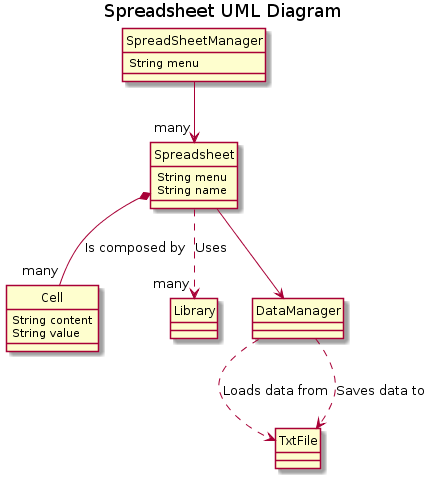
RogerAylagas/MATT-ARQSOFT keeps this PlantUML diagram as assets/docs/project/domain_model_spreadsheet.png. Above is the earlier version. Its diagram source:
```plantuml
@startuml
hide circle
title Spreadsheet UML Diagram

class Spreadsheet{
    String menu
    String name
}
class Cell{
    String content
    String value
}
class TxtFile
class Library
class DataManager
class SpreadSheetManager{
    String menu
}

SpreadSheetManager --> "many" Spreadsheet
Spreadsheet --> DataManager
Spreadsheet *-- "many" Cell: Is composed by
Spreadsheet ..> "many" Library: Uses
DataManager ..> TxtFile: Loads data from
DataManager ..> TxtFile: Saves data to
@enduml
```
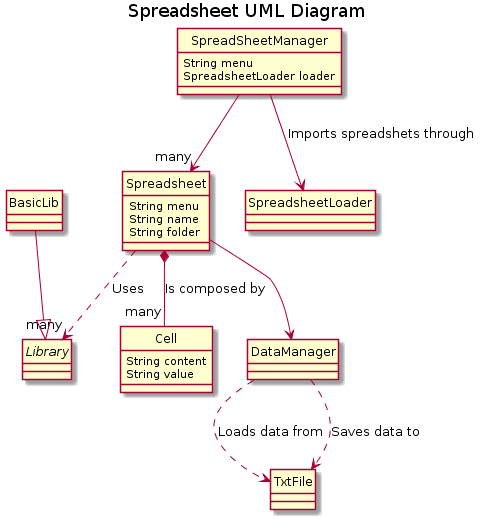
After the change.

Commit message:
Updated domain model

Diff of the diagram source:
```diff
@@ -5,16 +5,22 @@
 class Spreadsheet{
     String menu
     String name
+    String folder
 }
 class Cell{
     String content
     String value
 }
 class TxtFile
-class Library
+abstract class Library
+class BasicLib
 class DataManager
+class SpreadsheetLoader{
+
+}
 class SpreadSheetManager{
     String menu
+    SpreadsheetLoader loader
 }
 
 SpreadSheetManager --> "many" Spreadsheet
@@ -23,4 +29,6 @@
 Spreadsheet ..> "many" Library: Uses
 DataManager ..> TxtFile: Loads data from
 DataManager ..> TxtFile: Saves data to
+BasicLib --|> Library
+SpreadSheetManager --> SpreadsheetLoader: Imports spreadshets through
 @enduml
```
